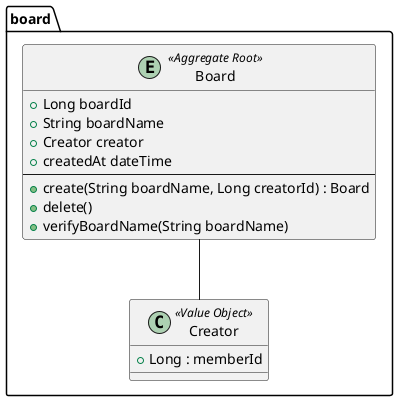
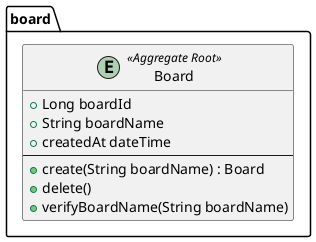
@startuml
package "board" {
    entity Board <<Aggregate Root>> {
        +Long boardId
        +String boardName
-         +Creator creator
        +createdAt dateTime
        --
-         +create(String boardName, Long creatorId) : Board
+         +create(String boardName) : Board
        +delete()
        +verifyBoardName(String boardName)
    }
- 
-     class Creator <<Value Object>> {
-         +Long : memberId
-      }
- 
-      Board -- Creator
}
@enduml
